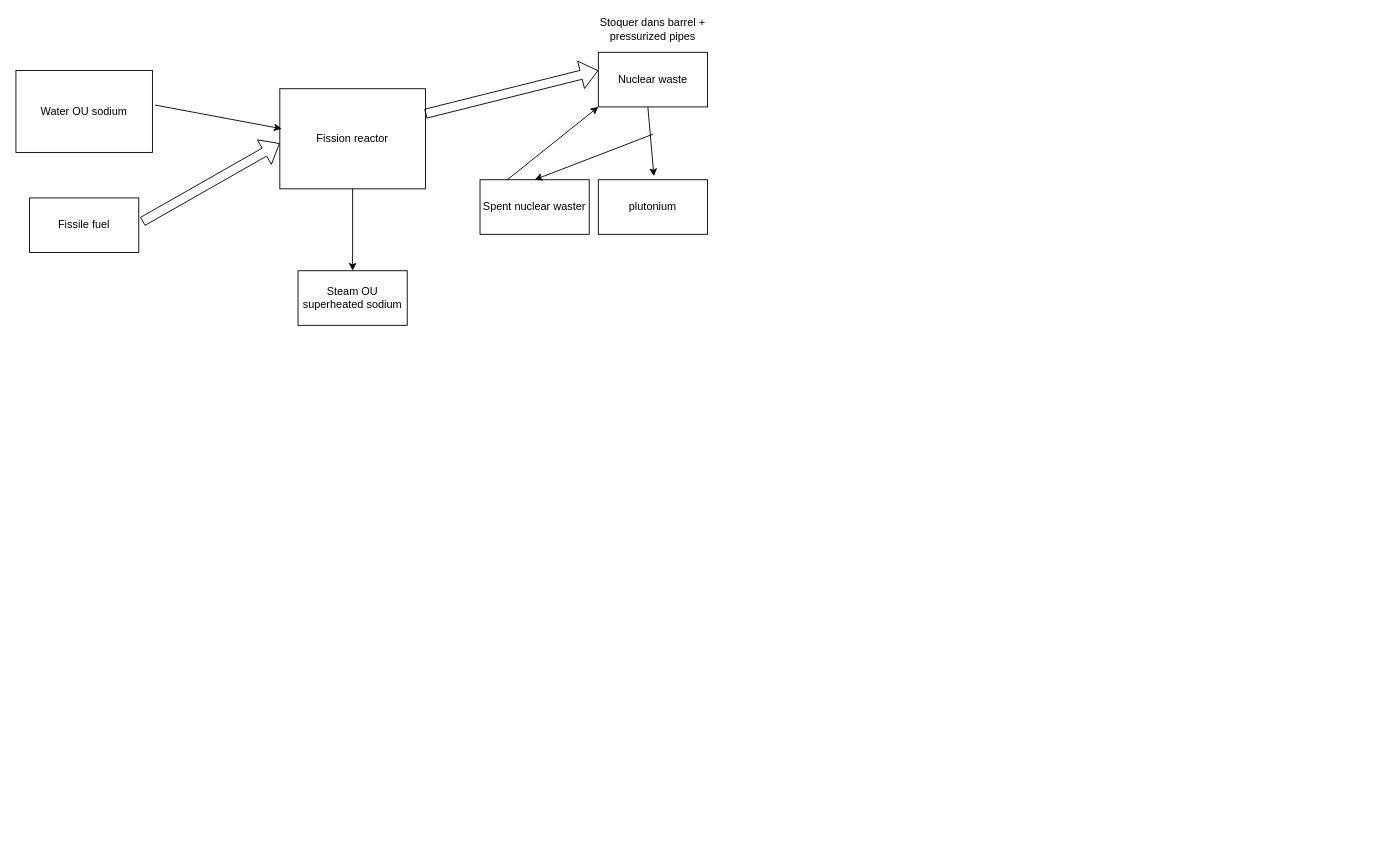
This is Diagramme sans nom.drawio from programgames/minecraft-stuff, a draw.io file, before an edit. Source tidied: cells renumbered, new cells numbered last; positions are measured from the earlier drawing's top-left corner, leaving out a move shared by most shapes. Both pictures are drawn from the tidied source at 91%, with x=0, y=0 at pixel (15, 15).
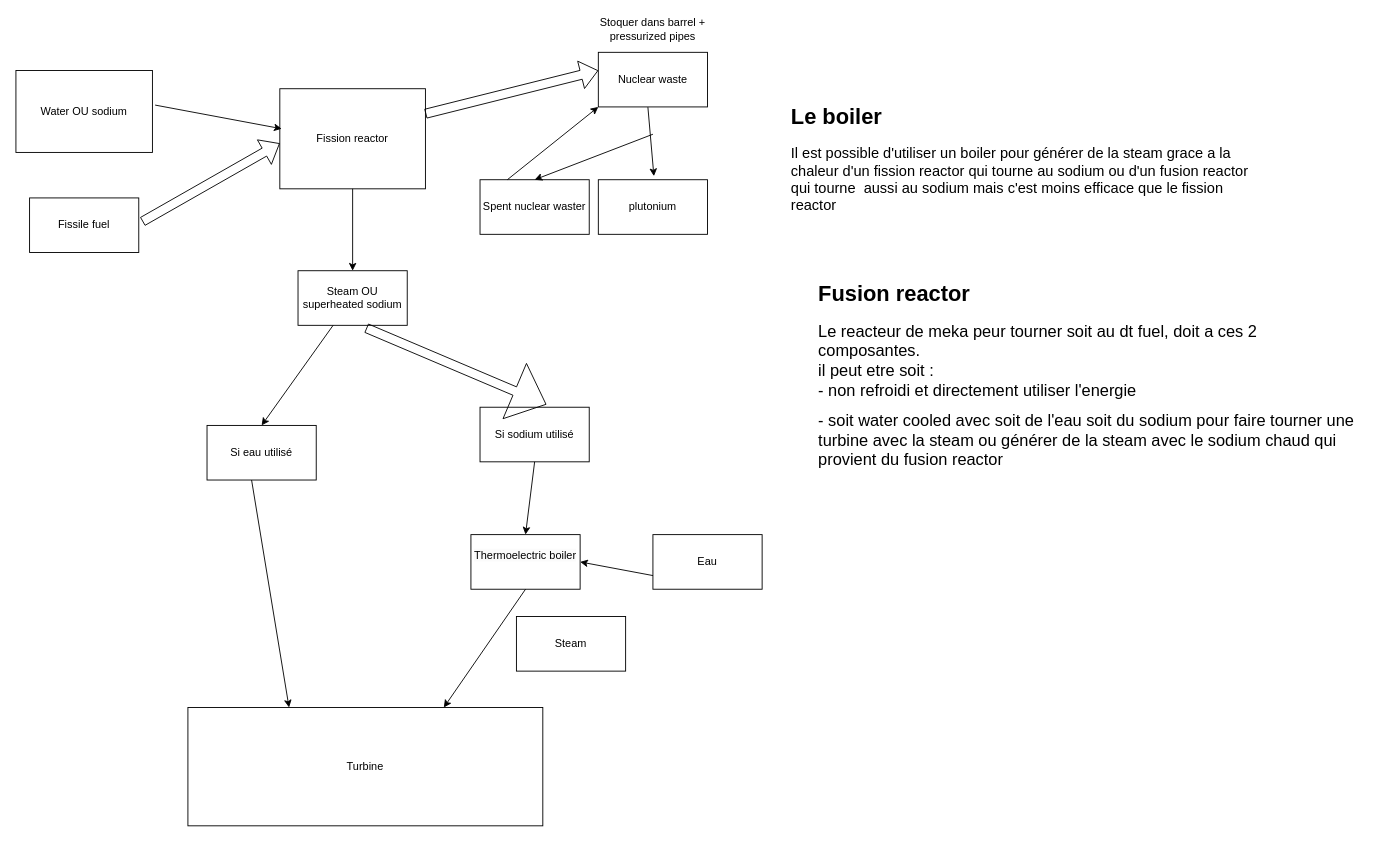
Above is the later version.

Commit message:
Mettre à jour Diagramme sans nom.drawio

The change refers to these unchanged cells:
```xml
<mxCell id="16" value="Steam OU superheated sodium" style="rounded=0;whiteSpace=wrap;html=1;" parent="1" vertex="1">
  <mxGeometry x="310" y="280" width="120" height="60" as="geometry" />
</mxCell>
```

What changed in the source:
```diff
@@
+    <mxCell id="17" value="Turbine" style="rounded=0;whiteSpace=wrap;html=1;" parent="1" vertex="1">
+      <mxGeometry x="189" y="760" width="390" height="130" as="geometry" />
+    </mxCell>
+    <mxCell id="18" value="&lt;h1 style=&quot;margin-top: 0px;&quot;&gt;&lt;font style=&quot;font-size: 24px;&quot;&gt;Le boiler&lt;/font&gt;&lt;/h1&gt;&lt;p&gt;&lt;font size=&quot;3&quot;&gt;Il est possible d'utiliser un boiler pour générer de la steam grace a la chaleur d'un fission reactor qui tourne au sodium ou d'un fusion reactor qui tourne&amp;nbsp; aussi au sodium mais c'est moins efficace que le fission reactor&amp;nbsp;&lt;/font&gt;&lt;/p&gt;" style="text;html=1;whiteSpace=wrap;overflow=hidden;rounded=0;" parent="1" vertex="1">
+      <mxGeometry x="850" y="90" width="520" height="130" as="geometry" />
+    </mxCell>
+    <mxCell id="19" value="&lt;h1 style=&quot;margin-top: 0px;&quot;&gt;Fusion reactor&lt;/h1&gt;&lt;p&gt;&lt;font style=&quot;font-size: 18px;&quot;&gt;Le reacteur de meka peur tourner soit au dt fuel, doit a ces 2 composantes.&lt;br&gt;il peut etre soit :&lt;br&gt;- non refroidi et directement utiliser l'energie&lt;/font&gt;&lt;/p&gt;&lt;p&gt;&lt;font style=&quot;font-size: 18px;&quot;&gt;- soit water cooled avec soit de l'eau soit du sodium pour faire tourner une turbine avec la steam ou générer de la steam avec le sodium chaud qui provient du fusion reactor&lt;/font&gt;&lt;/p&gt;" style="text;html=1;whiteSpace=wrap;overflow=hidden;rounded=0;" parent="1" vertex="1">
+      <mxGeometry x="880" y="285" width="600" height="300" as="geometry" />
+    </mxCell>
+    <mxCell id="20" value="Si eau utilisé" style="rounded=0;whiteSpace=wrap;html=1;" parent="1" vertex="1">
+      <mxGeometry x="210" y="450" width="120" height="60" as="geometry" />
+    </mxCell>
+    <mxCell id="21" style="endArrow=classic;html=1;rounded=0;entryX=0.5;entryY=0;entryDx=0;entryDy=0;" parent="1" edge="1" source="16" target="20">
+      <mxGeometry relative="1" as="geometry" />
+    </mxCell>
+    <mxCell id="22" style="endArrow=classic;html=1;rounded=0;entryX=0.285;entryY=0;entryDx=0;entryDy=0;entryPerimeter=0;exitX=0.408;exitY=1;exitDx=0;exitDy=0;exitPerimeter=0;" parent="1" edge="1" source="20" target="17">
+      <mxGeometry relative="1" as="geometry" />
+    </mxCell>
+    <mxCell id="23" value="Si sodium utilisé" style="rounded=0;whiteSpace=wrap;html=1;" parent="1" vertex="1">
+      <mxGeometry x="510" y="430" width="120" height="60" as="geometry" />
+    </mxCell>
+    <mxCell id="24" style="shape=flexArrow;endArrow=classic;html=1;rounded=0;exitX=0.625;exitY=1.05;exitDx=0;exitDy=0;exitPerimeter=0;endWidth=55;endSize=12.1;entryX=0.608;entryY=-0.05;entryDx=0;entryDy=0;entryPerimeter=0;" parent="1" edge="1" source="16" target="23">
+      <mxGeometry relative="1" as="geometry" />
+    </mxCell>
+    <mxCell id="25" value="&#10;&lt;span style=&quot;color: rgb(0, 0, 0); font-family: Helvetica; font-size: 12px; font-style: normal; font-variant-ligatures: normal; font-variant-caps: normal; font-weight: 400; letter-spacing: normal; orphans: 2; text-align: center; text-indent: 0px; text-transform: none; widows: 2; word-spacing: 0px; -webkit-text-stroke-width: 0px; white-space: normal; background-color: rgb(251, 251, 251); text-decoration-thickness: initial; text-decoration-style: initial; text-decoration-color: initial; display: inline !important; float: none;&quot;&gt;Thermoelectric boiler&lt;/span&gt;&#10;&#10;" style="rounded=0;whiteSpace=wrap;html=1;" parent="1" vertex="1">
+      <mxGeometry x="500" y="570" width="120" height="60" as="geometry" />
+    </mxCell>
+    <mxCell id="26" style="endArrow=classic;html=1;rounded=0;entryX=0.5;entryY=0;entryDx=0;entryDy=0;exitX=0.5;exitY=1;exitDx=0;exitDy=0;" parent="1" edge="1" source="23" target="25">
+      <mxGeometry relative="1" as="geometry" />
+    </mxCell>
+    <mxCell id="27" value="Eau" style="rounded=0;whiteSpace=wrap;html=1;" parent="1" vertex="1">
+      <mxGeometry x="700" y="570" width="120" height="60" as="geometry" />
+    </mxCell>
+    <mxCell id="28" style="endArrow=classic;html=1;rounded=0;exitX=0;exitY=0.75;exitDx=0;exitDy=0;entryX=1;entryY=0.5;entryDx=0;entryDy=0;" parent="1" edge="1" source="27" target="25">
+      <mxGeometry relative="1" as="geometry" />
+    </mxCell>
+    <mxCell id="29" style="endArrow=classic;html=1;rounded=0;exitX=0.5;exitY=1;exitDx=0;exitDy=0;entryX=0.721;entryY=0;entryDx=0;entryDy=0;entryPerimeter=0;" parent="1" edge="1" source="25" target="17">
+      <mxGeometry relative="1" as="geometry" />
+    </mxCell>
+    <mxCell id="30" value="Steam" style="rounded=0;whiteSpace=wrap;html=1;" parent="1" vertex="1">
+      <mxGeometry x="550" y="660" width="120" height="60" as="geometry" />
+    </mxCell>
```
